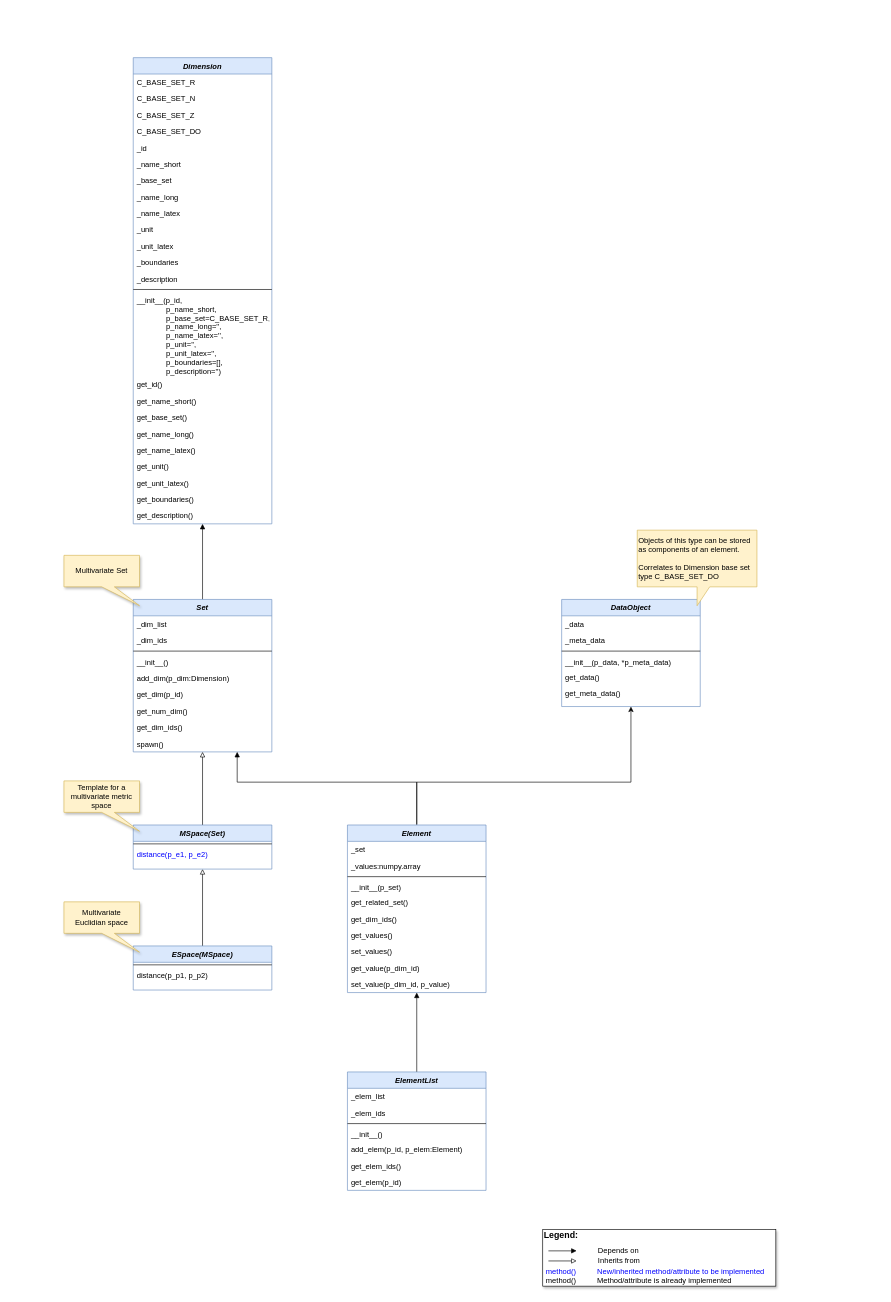
Earlier version of the draw.io diagram doc/bf/uml_math.drawio (fhswf/MLPro). Source tidied: cells renumbered, new cells numbered last; positions are measured from the earlier drawing's top-left corner, leaving out a move shared by most shapes. Both pictures are drawn from the tidied source at 63%, with x=0, y=0 at pixel (64, 57).
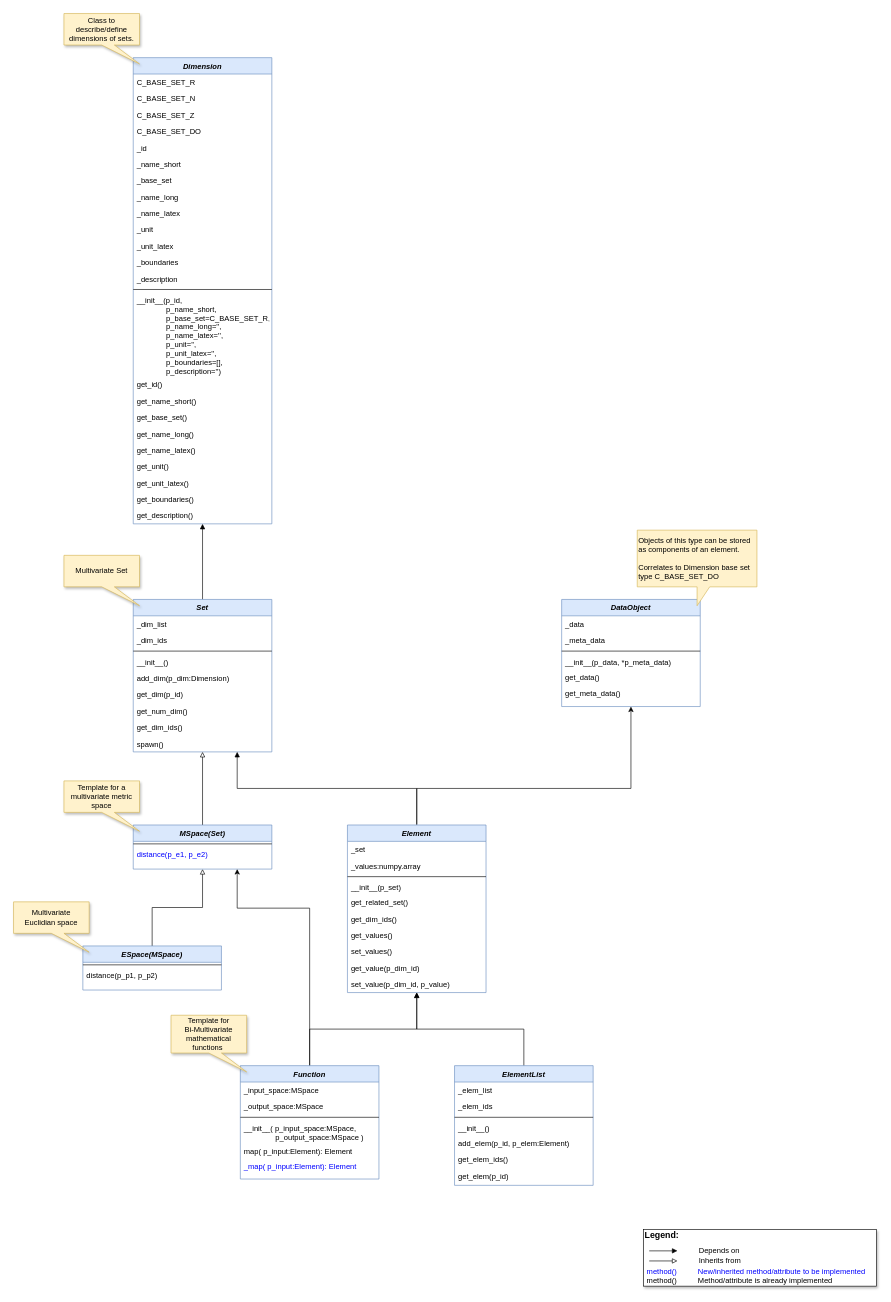
Above is the later version.

Commit message (it also covers changes not shown here):
New classes Function, AdaptiveFunction

Unchanged cells that the change refers to:
```xml
<mxCell id="7" value="Set" style="swimlane;fontStyle=3;align=center;verticalAlign=top;horizontal=1;startSize=26;rounded=0;shadow=0;strokeWidth=1;fillColor=#dae8fc;strokeColor=#6c8ebf;" parent="1" vertex="1">
  <mxGeometry x="110" y="860" width="220" height="242" as="geometry" />
</mxCell>
<mxCell id="44" value="Element" style="swimlane;fontStyle=3;align=center;verticalAlign=top;horizontal=1;startSize=26;rounded=0;shadow=0;strokeWidth=1;fillColor=#dae8fc;strokeColor=#6c8ebf;" parent="1" vertex="1">
  <mxGeometry x="450" y="1218" width="220" height="266" as="geometry" />
</mxCell>
<mxCell id="64" value="MSpace(Set)" style="swimlane;fontStyle=3;align=center;verticalAlign=top;horizontal=1;startSize=26;rounded=0;shadow=0;strokeWidth=1;fillColor=#dae8fc;strokeColor=#6c8ebf;" parent="63" vertex="1">
  <mxGeometry x="110" y="70" width="220" height="70" as="geometry" />
</mxCell>
<mxCell id="77" value="DataObject" style="swimlane;fontStyle=3;align=center;verticalAlign=top;horizontal=1;startSize=26;rounded=0;shadow=0;strokeWidth=1;fillColor=#dae8fc;strokeColor=#6c8ebf;" parent="1" vertex="1">
  <mxGeometry x="790" y="860" width="220" height="170" as="geometry" />
</mxCell>
```

The edit, as a diff of the source:
```diff
@@
     <mxCell id="2" style="group;" parent="1" vertex="1">
-      <mxGeometry x="760" y="1860" width="370" height="90" as="geometry" />
+      <mxGeometry x="920" y="1860" width="370" height="90" as="geometry" />
     </mxCell>
@@
     <mxCell id="42" style="edgeStyle=orthogonalEdgeStyle;rounded=0;jettySize=auto;html=1;endArrow=block;endFill=1;" parent="1" edge="1" target="7">
       <mxGeometry relative="1" as="geometry">
         <mxPoint x="560" y="1217" as="sourcePoint" />
         <Array as="points">
-          <mxPoint x="560" y="1150" />
-          <mxPoint x="275" y="1150" />
+          <mxPoint x="560" y="1160" />
+          <mxPoint x="275" y="1160" />
         </Array>
       </mxGeometry>
     </mxCell>
     <mxCell id="43" style="edgeStyle=orthogonalEdgeStyle;rounded=0;jettySize=auto;html=1;exitX=0.5;exitY=0;exitDx=0;exitDy=0;" parent="1" edge="1" source="44" target="77">
       <mxGeometry relative="1" as="geometry">
         <Array as="points">
-          <mxPoint x="560" y="1150" />
-          <mxPoint x="900" y="1150" />
+          <mxPoint x="560" y="1160" />
+          <mxPoint x="900" y="1160" />
         </Array>
       </mxGeometry>
     </mxCell>
@@
     <mxCell id="58" style="group;" parent="1" vertex="1">
-      <mxGeometry y="1340" width="330" height="140" as="geometry" />
+      <mxGeometry x="-80" y="1340" width="330" height="140" as="geometry" />
     </mxCell>
@@
     <mxCell id="69" value="ElementList" style="swimlane;fontStyle=3;align=center;verticalAlign=top;horizontal=1;startSize=26;rounded=0;shadow=0;strokeWidth=1;fillColor=#dae8fc;strokeColor=#6c8ebf;" parent="1" vertex="1">
-      <mxGeometry x="450" y="1610" width="220" height="188" as="geometry" />
+      <mxGeometry x="620" y="1600" width="220" height="190" as="geometry" />
     </mxCell>
@@
+    <mxCell id="85" style="edgeStyle=orthogonalEdgeStyle;rounded=0;jettySize=auto;html=1;" parent="1" edge="1" source="87" target="44">
+      <mxGeometry relative="1" as="geometry" />
+    </mxCell>
+    <mxCell id="86" style="edgeStyle=orthogonalEdgeStyle;rounded=0;jettySize=auto;html=1;entryX=0.75;entryY=1;entryDx=0;entryDy=0;" parent="1" edge="1" source="87" target="64">
+      <mxGeometry relative="1" as="geometry">
+        <Array as="points">
+          <mxPoint x="390" y="1350" />
+          <mxPoint x="275" y="1350" />
+        </Array>
+      </mxGeometry>
+    </mxCell>
+    <mxCell id="87" value="Function" style="swimlane;fontStyle=3;align=center;verticalAlign=top;horizontal=1;startSize=26;rounded=0;shadow=0;strokeWidth=1;fillColor=#dae8fc;strokeColor=#6c8ebf;" parent="1" vertex="1">
+      <mxGeometry x="280" y="1600" width="220" height="180" as="geometry" />
+    </mxCell>
+    <mxCell id="88" value="_input_space:MSpace" style="text;align=left;verticalAlign=top;spacingLeft=4;spacingRight=4;overflow=hidden;" parent="87" vertex="1">
+      <mxGeometry y="26" width="220" height="26" as="geometry" />
+    </mxCell>
+    <mxCell id="89" value="_output_space:MSpace" style="text;align=left;verticalAlign=top;spacingLeft=4;spacingRight=4;overflow=hidden;" parent="87" vertex="1">
+      <mxGeometry y="52" width="220" height="26" as="geometry" />
+    </mxCell>
+    <mxCell id="90" style="line;html=1;strokeWidth=1;align=left;verticalAlign=middle;spacingTop=-1;spacingLeft=3;spacingRight=3;labelPosition=right;" parent="87" vertex="1">
+      <mxGeometry y="78" width="220" height="8" as="geometry" />
+    </mxCell>
+    <mxCell id="91" value="__init__( p_input_space:MSpace,&#10;               p_output_space:MSpace )" style="text;align=left;verticalAlign=top;spacingLeft=4;spacingRight=4;overflow=hidden;" parent="87" vertex="1">
+      <mxGeometry y="86" width="220" height="36" as="geometry" />
+    </mxCell>
+    <mxCell id="92" value="map( p_input:Element): Element" style="text;align=left;verticalAlign=top;spacingLeft=4;spacingRight=4;overflow=hidden;" parent="87" vertex="1">
+      <mxGeometry y="122" width="220" height="24" as="geometry" />
+    </mxCell>
+    <mxCell id="93" value="_map( p_input:Element): Element" style="text;align=left;verticalAlign=top;spacingLeft=4;spacingRight=4;overflow=hidden;fontColor=#0000FF;" parent="87" vertex="1">
+      <mxGeometry y="146" width="220" height="24" as="geometry" />
+    </mxCell>
+    <mxCell id="94" value="Class to describe/define dimensions of sets." style="shape=callout;whiteSpace=wrap;html=1;perimeter=calloutPerimeter;fillColor=#fff2cc;strokeColor=#d6b656;shadow=1;position2=1;" parent="1" vertex="1">
+      <mxGeometry y="-70" width="120" height="80" as="geometry" />
+    </mxCell>
+    <mxCell id="95" value="Template for &lt;br&gt;Bi-Multivariate mathematical functions&amp;nbsp;" style="shape=callout;whiteSpace=wrap;html=1;perimeter=calloutPerimeter;fillColor=#fff2cc;strokeColor=#d6b656;shadow=1;position2=1;" parent="1" vertex="1">
+      <mxGeometry x="170" y="1520" width="120" height="90" as="geometry" />
+    </mxCell>
```
